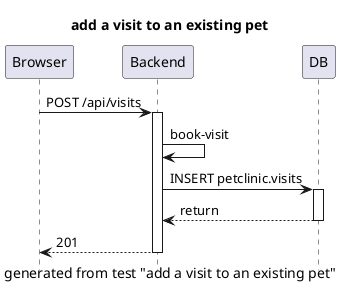
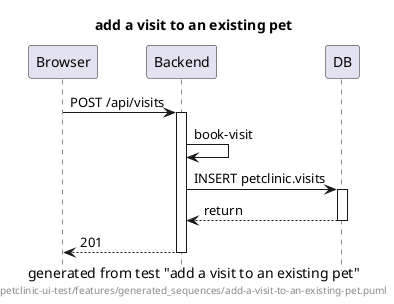
@startuml
hide footbox
title add a visit to an existing pet
caption generated from test "add a visit to an existing pet"
+ footer petclinic-ui-test/features/generated_sequences/add-a-visit-to-an-existing-pet.puml
participant Browser
participant Backend
participant DB
Browser -> Backend: POST /api/visits
activate Backend
Backend -> Backend: book-visit
Backend -> DB: INSERT petclinic.visits
activate DB
DB --> Backend: return
deactivate DB
Backend --> Browser: 201
deactivate Backend
@enduml
